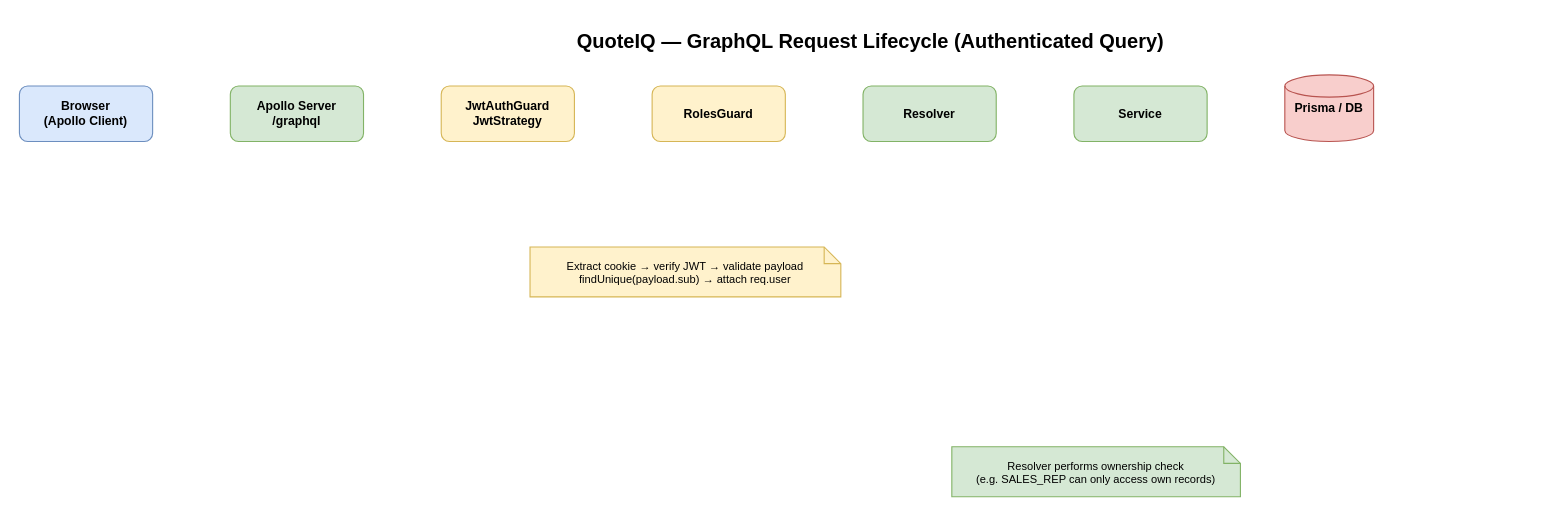
This is docs/drawio/sequence-request-lifecycle.drawio from Eunice-Amirtharajan/quote-iq, a draw.io file, before an edit. Source tidied: cells renumbered, new cells numbered last; positions are measured from the earlier drawing's top-left corner, leaving out a move shared by most shapes. Both pictures are drawn from the tidied source at 111%, with x=0, y=0 at pixel (19, 19).
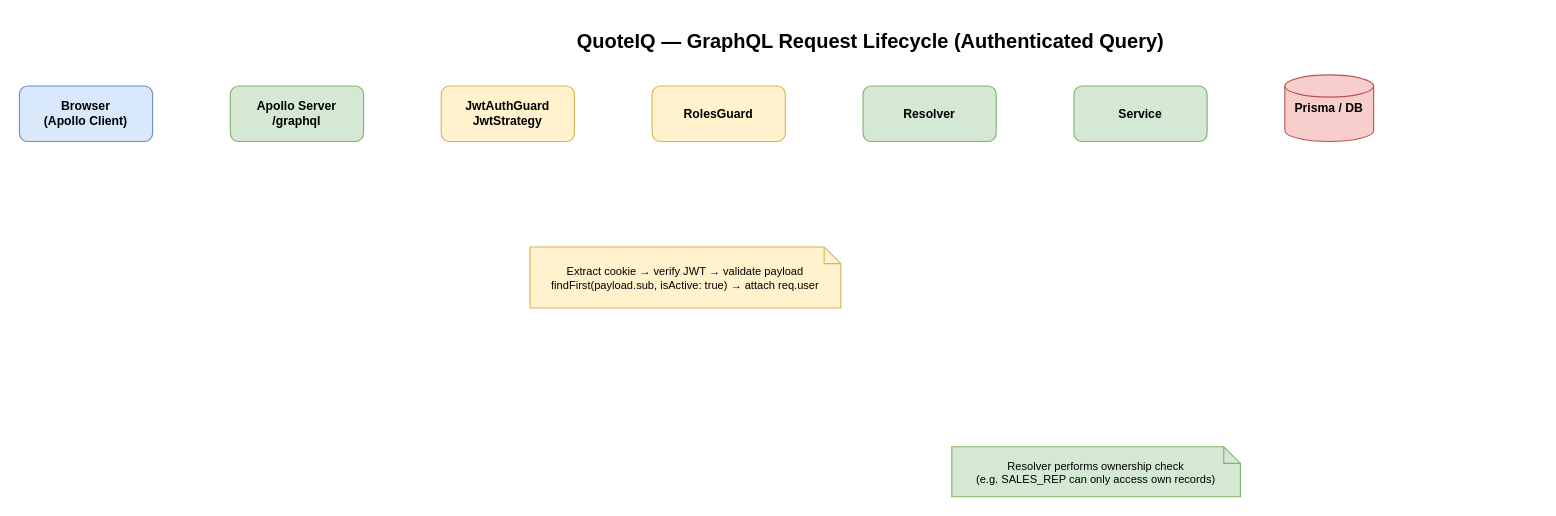
Above is the later version.

What changed in the source:
```diff
@@
-    <mxCell id="21" value="Extract cookie → verify JWT → validate payload&#10;findUnique(payload.sub) → attach req.user" style="shape=note;whiteSpace=wrap;html=1;backgroundOutline=1;fontSize=10;fillColor=#fff2cc;strokeColor=#d6b656;size=15;" parent="1" vertex="1">
-      <mxGeometry x="460" y="205" width="280" height="45" as="geometry" />
+    <mxCell id="21" value="Extract cookie → verify JWT → validate payload&#10;findFirst(payload.sub, isActive: true) → attach req.user" style="shape=note;whiteSpace=wrap;html=1;backgroundOutline=1;fontSize=10;fillColor=#fff2cc;strokeColor=#d6b656;size=15;" parent="1" vertex="1">
+      <mxGeometry x="460" y="205" width="280" height="55" as="geometry" />
     </mxCell>
```
